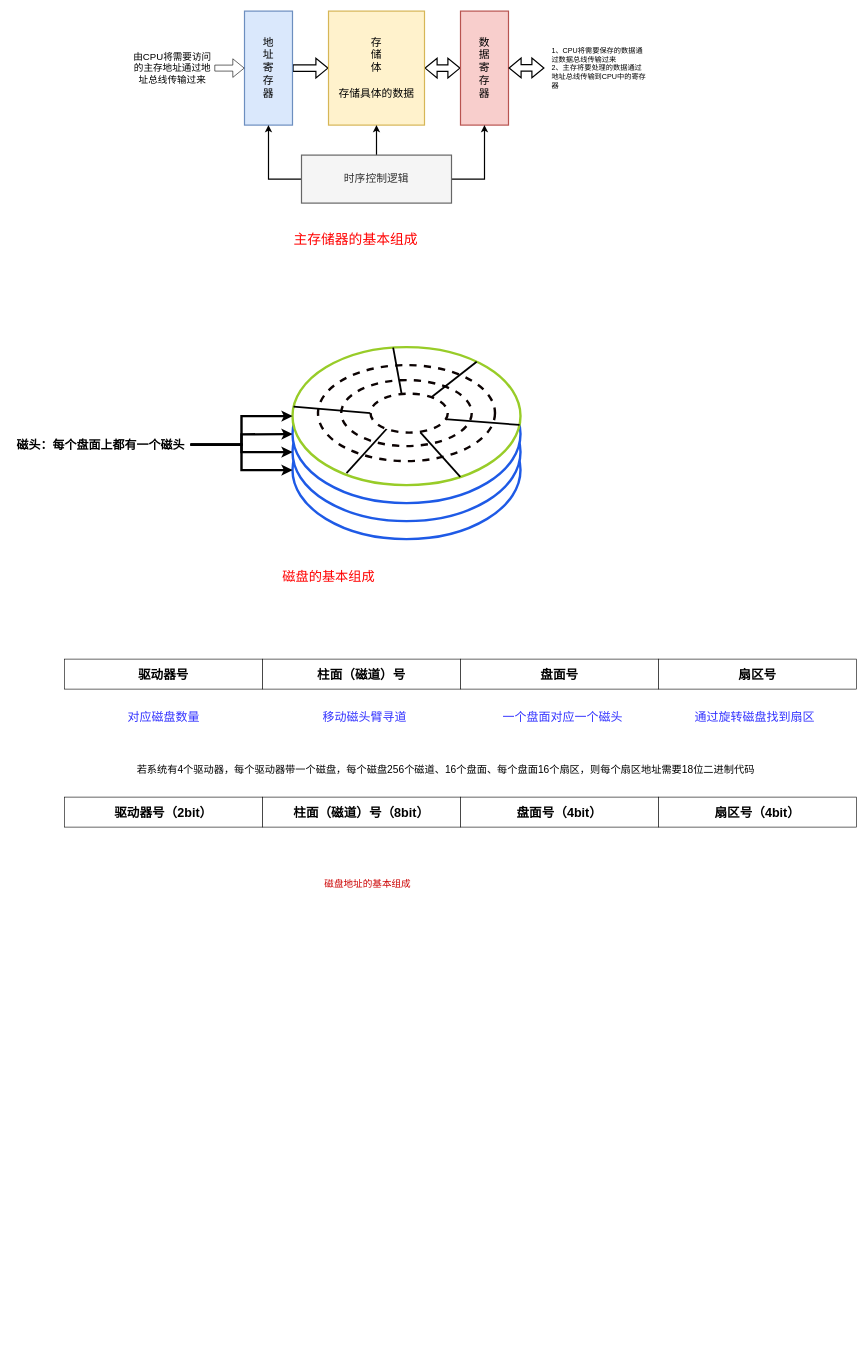
wenxuan-ping/picture keeps this draw.io diagram as 408/计算机组成原理.drawio. Above is the earlier version. Source tidied: cells renumbered, new cells numbered last; positions are measured from the earlier drawing's top-left corner, leaving out a move shared by most shapes. Both pictures are drawn from the tidied source at 60%, with x=0, y=0 at pixel (10, 11).
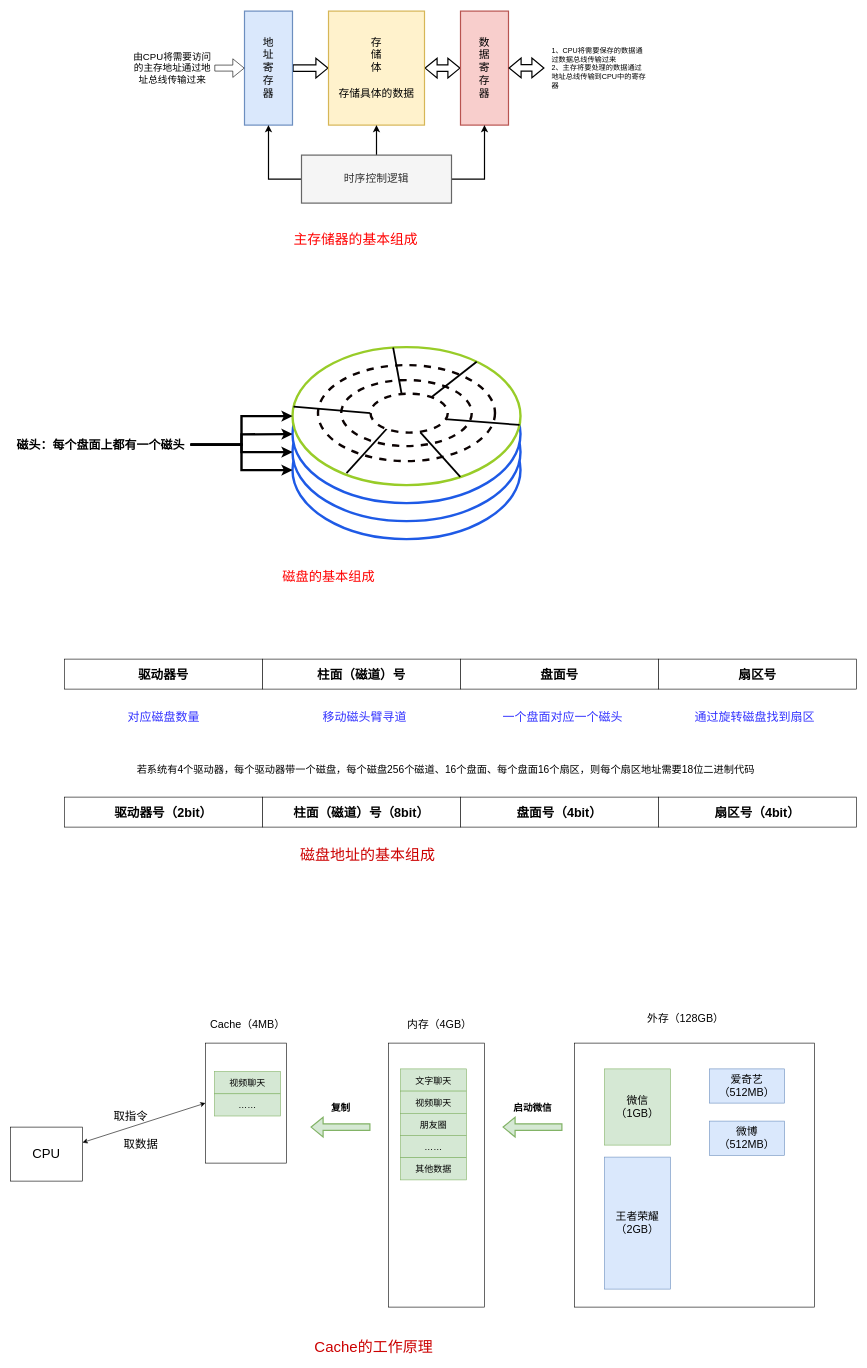
After the change.

Commit message:
缓存的工作原理

What changed in the source:
```diff
@@
-    <mxCell id="48" value="&lt;font color=&quot;#cc0000&quot; style=&quot;font-size: 16px;&quot;&gt;磁盘地址的基本组成&lt;/font&gt;" style="text;html=1;align=center;verticalAlign=middle;strokeColor=none;fillColor=none;" parent="1" vertex="1">
-      <mxGeometry x="510" y="1440" width="170" height="30" as="geometry" />
+    <mxCell id="48" value="&lt;font color=&quot;#cc0000&quot; style=&quot;font-size: 25px;&quot;&gt;磁盘地址的基本组成&lt;/font&gt;" style="text;html=1;align=center;verticalAlign=middle;strokeColor=none;fillColor=none;" parent="1" vertex="1">
+      <mxGeometry x="470" y="1385" width="250" height="40" as="geometry" />
     </mxCell>
+    <mxCell id="49" style="rounded=0;whiteSpace=wrap;html=1;" parent="1" vertex="1">
+      <mxGeometry x="940" y="1720" width="400" height="440" as="geometry" />
+    </mxCell>
+    <mxCell id="50" value="&lt;font style=&quot;font-size: 18px;&quot;&gt;微信&lt;/font&gt;&lt;div style=&quot;font-size: 18px;&quot;&gt;&lt;font style=&quot;font-size: 18px;&quot;&gt;（1GB）&lt;/font&gt;&lt;/div&gt;" style="rounded=0;whiteSpace=wrap;html=1;fillColor=#d5e8d4;strokeColor=#82b366;" parent="1" vertex="1">
+      <mxGeometry x="990" y="1763" width="110" height="127" as="geometry" />
+    </mxCell>
+    <mxCell id="51" value="&lt;span style=&quot;font-size: 18px;&quot;&gt;爱奇艺&lt;/span&gt;&lt;br&gt;&lt;div style=&quot;font-size: 18px;&quot;&gt;&lt;font style=&quot;font-size: 18px;&quot;&gt;（512MB）&lt;/font&gt;&lt;/div&gt;" style="rounded=0;whiteSpace=wrap;html=1;fillColor=#dae8fc;strokeColor=#6c8ebf;" parent="1" vertex="1">
+      <mxGeometry x="1165" y="1763" width="125" height="57" as="geometry" />
+    </mxCell>
+    <mxCell id="52" value="&lt;span style=&quot;font-size: 18px; background-color: initial;&quot;&gt;微博&lt;/span&gt;&lt;div&gt;&lt;span style=&quot;font-size: 18px; background-color: initial;&quot;&gt;（512MB）&lt;/span&gt;&lt;/div&gt;" style="rounded=0;whiteSpace=wrap;html=1;fillColor=#dae8fc;strokeColor=#6c8ebf;" parent="1" vertex="1">
+      <mxGeometry x="1165" y="1850" width="125" height="57" as="geometry" />
+    </mxCell>
+    <mxCell id="53" value="&lt;span style=&quot;font-size: 18px;&quot;&gt;王者荣耀&lt;/span&gt;&lt;br&gt;&lt;div style=&quot;font-size: 18px;&quot;&gt;&lt;font style=&quot;font-size: 18px;&quot;&gt;（2GB）&lt;/font&gt;&lt;/div&gt;" style="rounded=0;whiteSpace=wrap;html=1;fillColor=#dae8fc;strokeColor=#6c8ebf;" parent="1" vertex="1">
+      <mxGeometry x="990" y="1910" width="110" height="220" as="geometry" />
+    </mxCell>
+    <mxCell id="54" value="&lt;font style=&quot;font-size: 18px;&quot;&gt;外存（128GB）&lt;/font&gt;" style="text;html=1;align=center;verticalAlign=middle;strokeColor=none;fillColor=none;" parent="1" vertex="1">
+      <mxGeometry x="1050" y="1660" width="150" height="40" as="geometry" />
+    </mxCell>
+    <mxCell id="55" style="rounded=0;whiteSpace=wrap;html=1;" parent="1" vertex="1">
+      <mxGeometry x="630" y="1720" width="160" height="440" as="geometry" />
+    </mxCell>
+    <mxCell id="56" value="文字聊天" style="rounded=0;whiteSpace=wrap;html=1;fillColor=#d5e8d4;strokeColor=#82b366;fontSize=15;" parent="1" vertex="1">
+      <mxGeometry x="650" y="1763" width="110" height="37" as="geometry" />
+    </mxCell>
+    <mxCell id="57" value="视频聊天" style="rounded=0;whiteSpace=wrap;html=1;fillColor=#d5e8d4;strokeColor=#82b366;fontSize=15;" parent="1" vertex="1">
+      <mxGeometry x="650" y="1800" width="110" height="37" as="geometry" />
+    </mxCell>
+    <mxCell id="58" value="朋友圈" style="rounded=0;whiteSpace=wrap;html=1;fillColor=#d5e8d4;strokeColor=#82b366;fontSize=15;" parent="1" vertex="1">
+      <mxGeometry x="650" y="1837" width="110" height="37" as="geometry" />
+    </mxCell>
+    <mxCell id="59" value="……" style="rounded=0;whiteSpace=wrap;html=1;fillColor=#d5e8d4;strokeColor=#82b366;fontSize=15;" parent="1" vertex="1">
+      <mxGeometry x="650" y="1874" width="110" height="37" as="geometry" />
+    </mxCell>
+    <mxCell id="60" value="其他数据" style="rounded=0;whiteSpace=wrap;html=1;fillColor=#d5e8d4;strokeColor=#82b366;fontSize=15;" parent="1" vertex="1">
+      <mxGeometry x="650" y="1911" width="110" height="37" as="geometry" />
+    </mxCell>
+    <mxCell id="61" style="shape=flexArrow;endArrow=classic;html=1;rounded=0;strokeWidth=2;fillColor=#d5e8d4;strokeColor=#82b366;" parent="1" edge="1">
+      <mxGeometry relative="1" as="geometry">
+        <mxPoint x="920" y="1860" as="sourcePoint" />
+        <mxPoint x="820" y="1860" as="targetPoint" />
+      </mxGeometry>
+    </mxCell>
+    <mxCell id="62" value="&lt;font style=&quot;font-size: 16px;&quot;&gt;&lt;b&gt;启动微信&lt;/b&gt;&lt;/font&gt;" style="text;html=1;align=center;verticalAlign=middle;strokeColor=none;fillColor=none;" parent="1" vertex="1">
+      <mxGeometry x="825" y="1811.5" width="90" height="30" as="geometry" />
+    </mxCell>
+    <mxCell id="63" value="&lt;font style=&quot;font-size: 18px;&quot;&gt;内存（4GB）&lt;/font&gt;" style="text;html=1;align=center;verticalAlign=middle;strokeColor=none;fillColor=none;" parent="1" vertex="1">
+      <mxGeometry x="650" y="1670" width="130" height="40" as="geometry" />
+    </mxCell>
+    <mxCell id="64" style="rounded=0;whiteSpace=wrap;html=1;" parent="1" vertex="1">
+      <mxGeometry x="325" y="1720" width="135" height="200" as="geometry" />
+    </mxCell>
+    <mxCell id="65" value="视频聊天" style="rounded=0;whiteSpace=wrap;html=1;fillColor=#d5e8d4;strokeColor=#82b366;fontSize=15;" parent="1" vertex="1">
+      <mxGeometry x="340" y="1767.5" width="110" height="37" as="geometry" />
+    </mxCell>
+    <mxCell id="66" value="……" style="rounded=0;whiteSpace=wrap;html=1;fillColor=#d5e8d4;strokeColor=#82b366;fontSize=15;" parent="1" vertex="1">
+      <mxGeometry x="340" y="1804.5" width="110" height="37" as="geometry" />
+    </mxCell>
+    <mxCell id="67" style="shape=flexArrow;endArrow=classic;html=1;rounded=0;strokeWidth=2;fillColor=#d5e8d4;strokeColor=#82b366;" parent="1" edge="1">
+      <mxGeometry relative="1" as="geometry">
+        <mxPoint x="600" y="1860" as="sourcePoint" />
+        <mxPoint x="500" y="1860" as="targetPoint" />
+      </mxGeometry>
+    </mxCell>
+    <mxCell id="68" value="&lt;font style=&quot;font-size: 16px;&quot;&gt;&lt;b&gt;复制&lt;/b&gt;&lt;/font&gt;" style="text;html=1;align=center;verticalAlign=middle;strokeColor=none;fillColor=none;" parent="1" vertex="1">
+      <mxGeometry x="520" y="1811.5" width="60" height="30" as="geometry" />
+    </mxCell>
+    <mxCell id="69" value="&lt;font style=&quot;font-size: 18px;&quot;&gt;Cache（4MB）&lt;/font&gt;" style="text;html=1;align=center;verticalAlign=middle;strokeColor=none;fillColor=none;" parent="1" vertex="1">
+      <mxGeometry x="320" y="1670" width="150" height="40" as="geometry" />
+    </mxCell>
+    <mxCell id="70" style="rounded=0;jettySize=auto;html=1;entryX=0;entryY=0.5;entryDx=0;entryDy=0;startArrow=classic;startFill=1;" parent="1" edge="1" source="71" target="64">
+      <mxGeometry relative="1" as="geometry" />
+    </mxCell>
+    <mxCell id="71" value="&lt;font style=&quot;font-size: 22px;&quot;&gt;CPU&lt;/font&gt;" style="rounded=0;whiteSpace=wrap;html=1;" parent="1" vertex="1">
+      <mxGeometry y="1860" width="120" height="90" as="geometry" />
+    </mxCell>
+    <mxCell id="72" value="&lt;font style=&quot;font-size: 19px;&quot;&gt;取指令&lt;/font&gt;" style="text;html=1;align=center;verticalAlign=middle;strokeColor=none;fillColor=none;" parent="1" vertex="1">
+      <mxGeometry x="160" y="1823" width="80" height="40" as="geometry" />
+    </mxCell>
+    <mxCell id="73" value="&lt;font style=&quot;font-size: 19px;&quot;&gt;取数据&lt;/font&gt;" style="text;html=1;align=center;verticalAlign=middle;strokeColor=none;fillColor=none;" parent="1" vertex="1">
+      <mxGeometry x="177" y="1870" width="80" height="40" as="geometry" />
+    </mxCell>
+    <mxCell id="74" value="&lt;font color=&quot;#cc0000&quot; style=&quot;font-size: 25px;&quot;&gt;Cache的工作原理&lt;/font&gt;" style="text;html=1;align=center;verticalAlign=middle;strokeColor=none;fillColor=none;" parent="1" vertex="1">
+      <mxGeometry x="495" y="2205" width="220" height="40" as="geometry" />
+    </mxCell>
```
